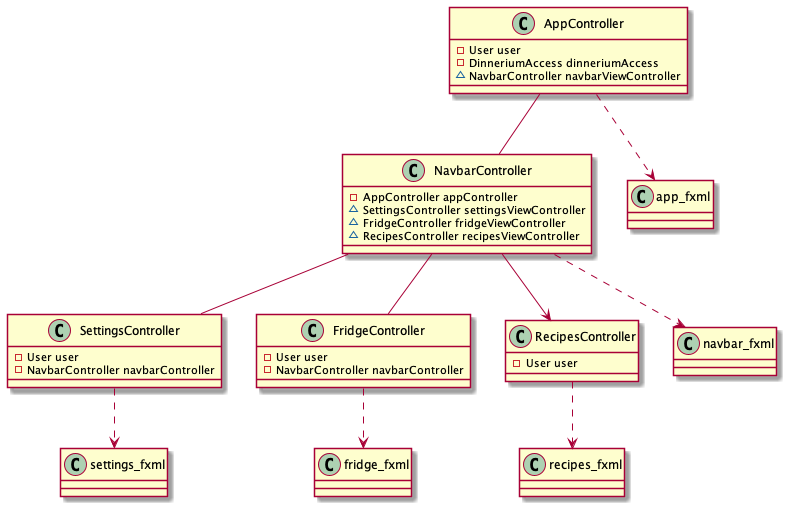
joonerik/dinnerium keeps this PlantUML diagram as documentation/diagrams/fxui_class_diagram.png. Above is the earlier version.
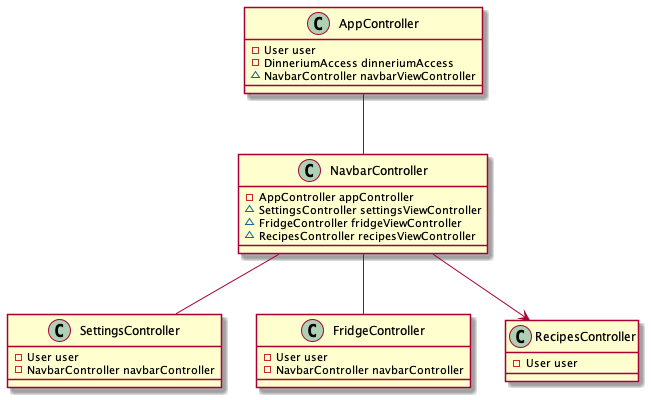
After the commit.

Commit message:
remove fxml in fxui_class_diagram

Change to the diagram source:
```diff
@@ -27,22 +27,9 @@
     - User user
 }
 
-class fridge_fxml {}
-class navbar_fxml {}
-class recipes_fxml {}
-class settings_fxml {}
-class app_fxml {}
-
-
 NavbarController -- FridgeController
 NavbarController -- SettingsController
 NavbarController --> RecipesController
 AppController -- NavbarController
 
-AppController ..> app_fxml
-NavbarController ..> navbar_fxml
-FridgeController ..> fridge_fxml
-RecipesController ..> recipes_fxml
-SettingsController ..> settings_fxml
-
 @enduml
```
